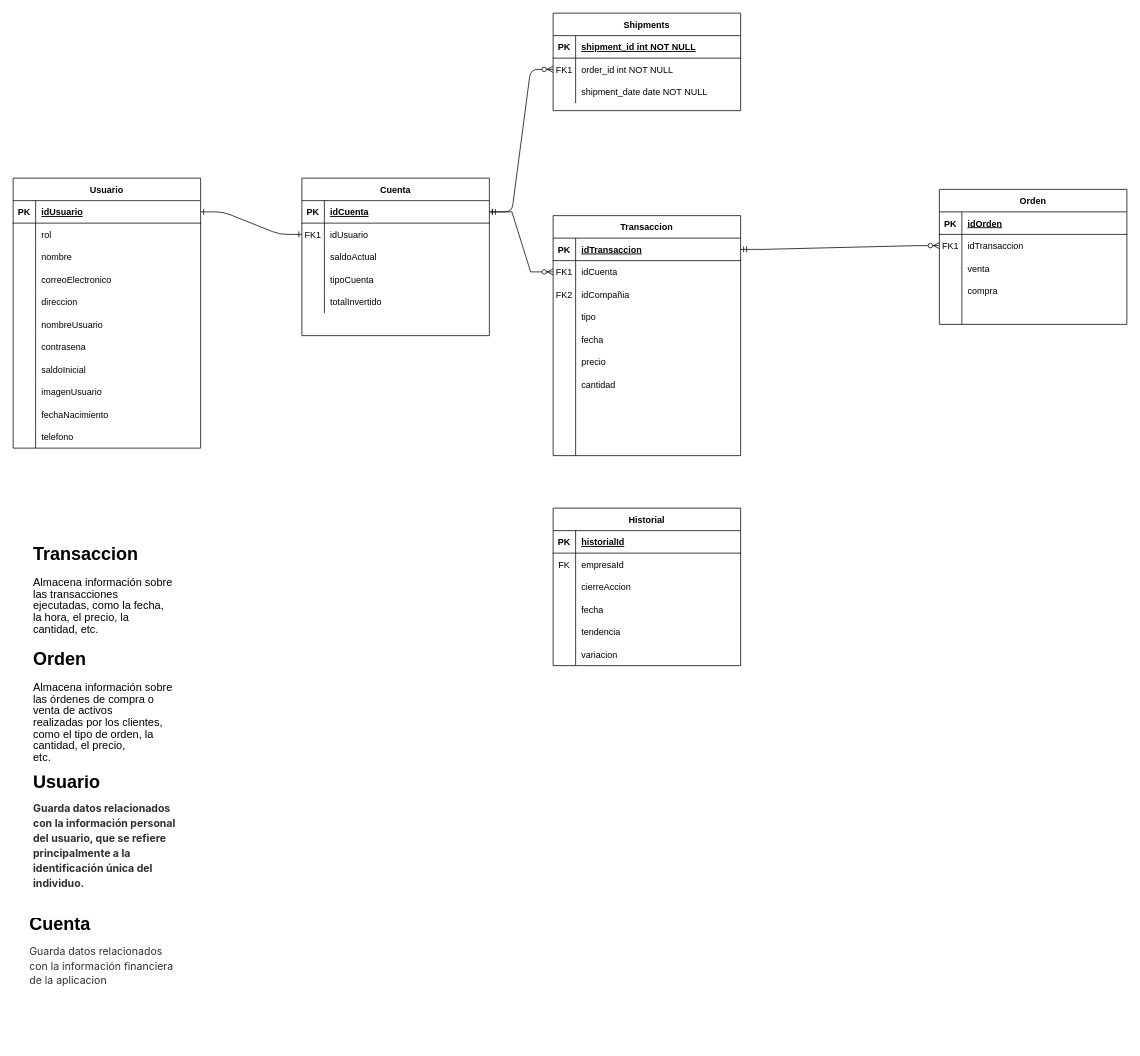
Before: Documentación/Diagrama-del-Modelo-Relacional.drawio in INNOVAcodersISPC/ARGBroker, a draw.io diagram. Source tidied: cells renumbered, new cells numbered last; positions are measured from the earlier drawing's top-left corner, leaving out a move shared by most shapes. Both pictures are drawn from the tidied source at 75%, with x=0, y=0 at pixel (13, 13).
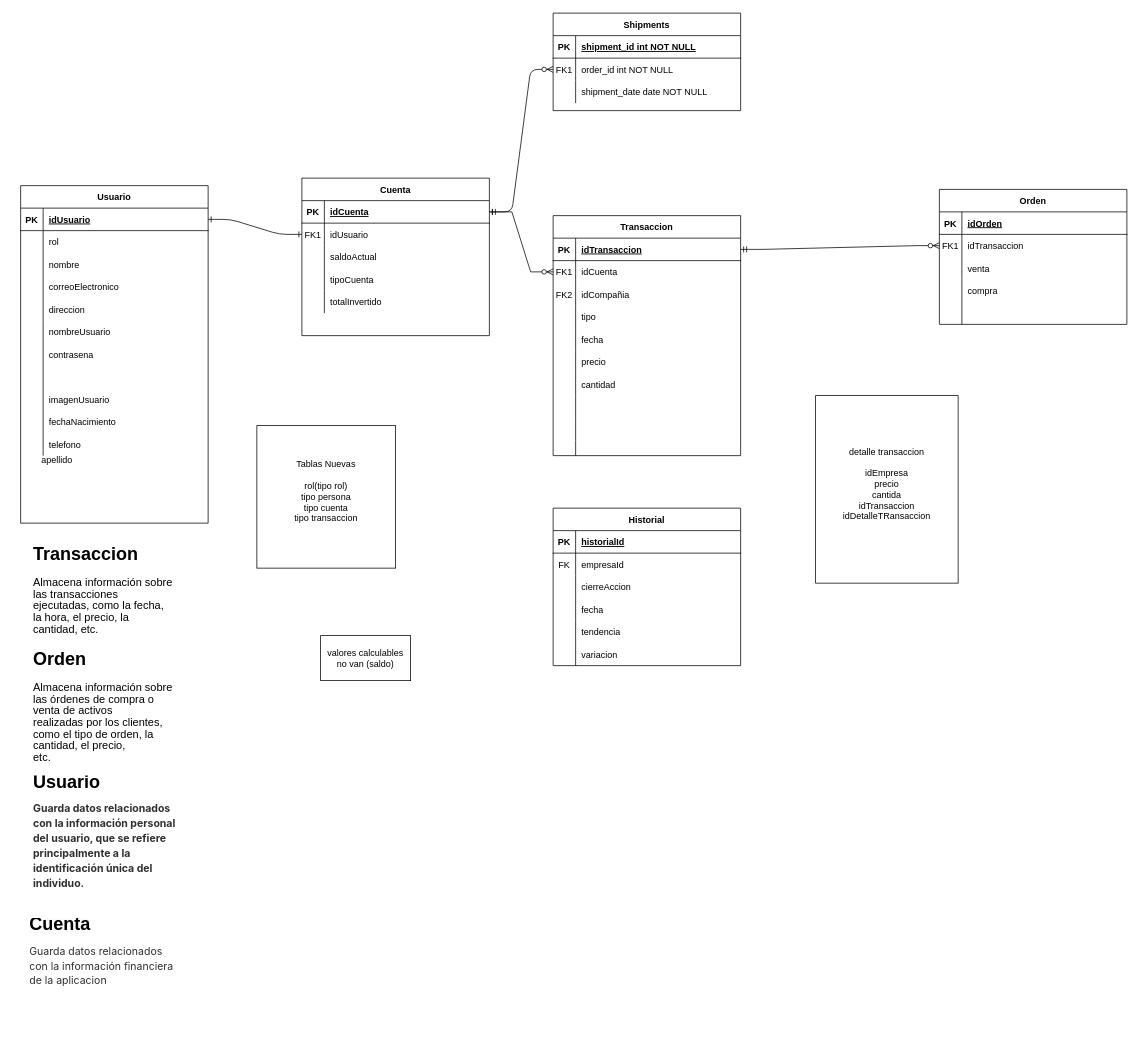
The same diagram, later.

Commit message:
identificacion de nuevas tablas, creacion tabla detalle transaccion

Unchanged cells that the change refers to:
```xml
<mxCell id="52" style="shape=partialRectangle;fillColor=none;top=0;left=0;right=0;bottom=0;" parent="30" vertex="1">
  <mxGeometry y="240" width="250" height="30" as="geometry" />
</mxCell>
```

Diff of the diagram source:
```diff
@@
     <mxCell id="30" value="Usuario" style="shape=table;startSize=30;childLayout=tableLayout;rowLines=0;fontStyle=1;align=center;" parent="1" vertex="1">
-      <mxGeometry y="220" width="250" height="360" as="geometry" />
+      <mxGeometry x="10" y="230" width="250" height="450" as="geometry" />
     </mxCell>
@@
-    <mxCell id="54" value="saldoInicial" style="shape=partialRectangle;overflow=hidden;fillColor=none;top=0;left=0;bottom=0;right=0;align=left;spacingLeft=6;" parent="52" vertex="1">
+    <mxCell id="54" style="shape=partialRectangle;overflow=hidden;fillColor=none;top=0;left=0;bottom=0;right=0;align=left;spacingLeft=6;" parent="52" vertex="1">
       <mxGeometry x="30" width="220" height="30" as="geometry" />
     </mxCell>
@@
+    <mxCell id="136" value="detalle transaccion&lt;div&gt;&lt;br&gt;&lt;div&gt;idEmpresa&lt;/div&gt;&lt;div&gt;precio&lt;/div&gt;&lt;div&gt;cantida&lt;/div&gt;&lt;div&gt;idTransaccion&lt;/div&gt;&lt;div&gt;idDetalleTRansaccion&lt;br&gt;&lt;div&gt;&lt;br&gt;&lt;/div&gt;&lt;/div&gt;&lt;/div&gt;" style="rounded=0;whiteSpace=wrap;html=1;" parent="1" vertex="1">
+      <mxGeometry x="1070" y="510" width="190" height="250" as="geometry" />
+    </mxCell>
+    <mxCell id="137" value="Tablas Nuevas&lt;div&gt;&lt;br&gt;&lt;/div&gt;&lt;div&gt;rol(tipo rol)&lt;/div&gt;&lt;div&gt;tipo persona&lt;/div&gt;&lt;div&gt;tipo cuenta&lt;/div&gt;&lt;div&gt;tipo transaccion&lt;/div&gt;&lt;div&gt;&lt;br&gt;&lt;/div&gt;" style="rounded=0;whiteSpace=wrap;html=1;" parent="1" vertex="1">
+      <mxGeometry x="325" y="550" width="185" height="190" as="geometry" />
+    </mxCell>
+    <mxCell id="138" value="apellido" style="shape=partialRectangle;overflow=hidden;fillColor=none;top=0;left=0;bottom=0;right=0;align=left;spacingLeft=6;" parent="1" vertex="1">
+      <mxGeometry x="30" y="580" width="220" height="30" as="geometry" />
+    </mxCell>
+    <mxCell id="139" style="shape=partialRectangle;overflow=hidden;fillColor=none;top=0;left=0;bottom=0;right=0;align=left;spacingLeft=6;" parent="1" vertex="1">
+      <mxGeometry x="30" y="610" width="220" height="30" as="geometry" />
+    </mxCell>
+    <mxCell id="140" style="shape=partialRectangle;overflow=hidden;fillColor=none;top=0;left=0;bottom=0;right=0;align=left;spacingLeft=6;" parent="1" vertex="1">
+      <mxGeometry x="30" y="610" width="220" height="30" as="geometry" />
+    </mxCell>
+    <mxCell id="141" value="valores calculables no van (saldo)" style="rounded=0;whiteSpace=wrap;html=1;" parent="1" vertex="1">
+      <mxGeometry x="410" y="830" width="120" height="60" as="geometry" />
+    </mxCell>
```
